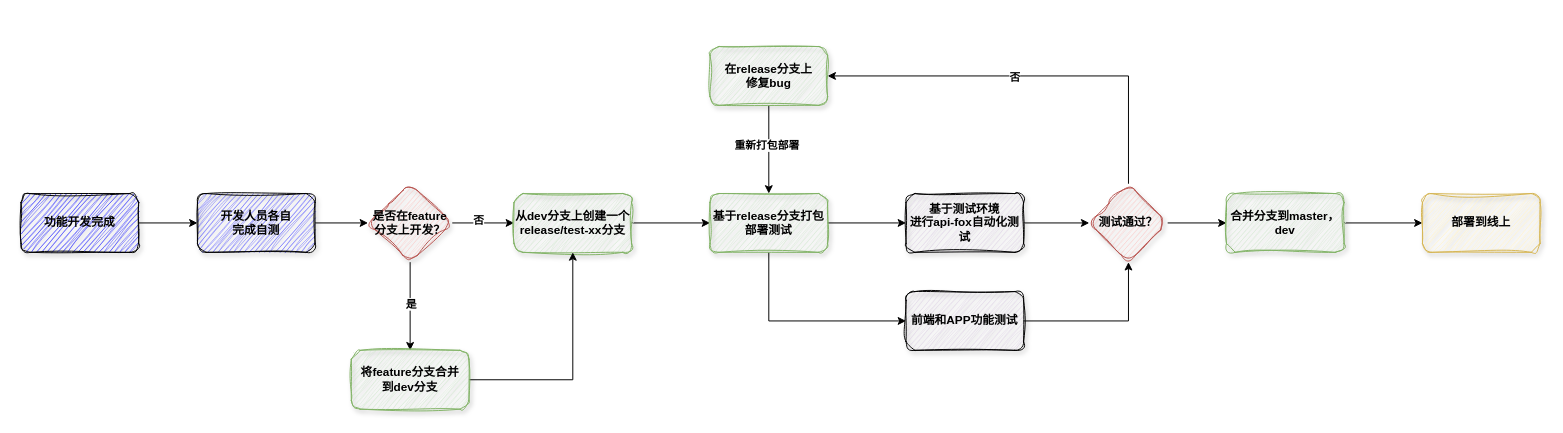
The draw.io diagram 测试流程.drawio in chenzhi666/doc, before the edit. Source tidied: cells renumbered, new cells numbered last; positions are measured from the earlier drawing's top-left corner, leaving out a move shared by most shapes. Both pictures are drawn from the tidied source at 98%, with x=0, y=0 at pixel (21, 46).
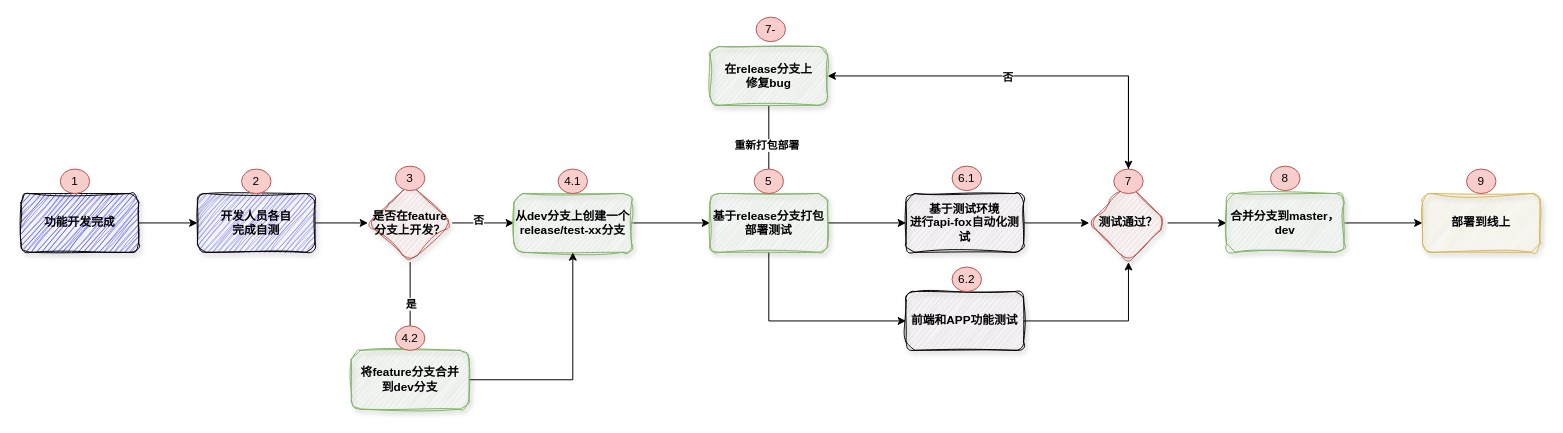
The same diagram, later.

Commit message:
更新测试流程.drawio

The change refers to these unchanged cells:
```xml
<mxCell id="23" value="测试通过？" style="rhombus;whiteSpace=wrap;html=1;fontStyle=1;sketch=1;curveFitting=1;jiggle=2;rounded=1;shadow=1;fillColor=#f8cecc;strokeColor=#b85450;" parent="1" vertex="1">
  <mxGeometry x="1090" y="140" width="80" height="80" as="geometry" />
</mxCell>
<mxCell id="26" value="在release分支上&lt;div&gt;修复bug&lt;/div&gt;" style="whiteSpace=wrap;html=1;fontStyle=1;fillColor=#d5e8d4;strokeColor=#82b366;sketch=1;curveFitting=1;jiggle=2;shadow=1;rounded=1;" parent="1" vertex="1">
  <mxGeometry x="703" width="120" height="60" as="geometry" />
</mxCell>
```

Change to the diagram source:
```diff
@@
-    <mxCell id="20" style="edgeStyle=orthogonalEdgeStyle;rounded=0;jettySize=auto;html=1;fontStyle=1;" parent="1" edge="1" source="23" target="26">
+    <mxCell id="20" style="edgeStyle=orthogonalEdgeStyle;rounded=0;jettySize=auto;html=1;fontStyle=1;" parent="1" edge="1" source="44" target="26">
       <mxGeometry relative="1" as="geometry">
         <Array as="points">
           <mxPoint x="1130" y="30" />
         </Array>
       </mxGeometry>
     </mxCell>
@@
+    <mxCell id="32" value="1" style="ellipse;html=1;whiteSpace=wrap;fillColor=#f8cecc;strokeColor=#b85450;shadow=0;" parent="1" vertex="1">
+      <mxGeometry x="40" y="125" width="30" height="25" as="geometry" />
+    </mxCell>
+    <mxCell id="33" value="2" style="ellipse;html=1;whiteSpace=wrap;fillColor=#f8cecc;strokeColor=#b85450;shadow=0;" parent="1" vertex="1">
+      <mxGeometry x="225" y="125" width="30" height="25" as="geometry" />
+    </mxCell>
+    <mxCell id="34" value="3" style="ellipse;html=1;whiteSpace=wrap;fillColor=#f8cecc;strokeColor=#b85450;shadow=0;" parent="1" vertex="1">
+      <mxGeometry x="382" y="122" width="30" height="25" as="geometry" />
+    </mxCell>
+    <mxCell id="35" value="4.2" style="ellipse;html=1;whiteSpace=wrap;fillColor=#f8cecc;strokeColor=#b85450;shadow=0;" parent="1" vertex="1">
+      <mxGeometry x="382" y="285" width="30" height="25" as="geometry" />
+    </mxCell>
+    <mxCell id="36" value="4.1" style="ellipse;html=1;whiteSpace=wrap;fillColor=#f8cecc;strokeColor=#b85450;shadow=0;" parent="1" vertex="1">
+      <mxGeometry x="548" y="125" width="30" height="25" as="geometry" />
+    </mxCell>
+    <mxCell id="37" value="5" style="ellipse;html=1;whiteSpace=wrap;fillColor=#f8cecc;strokeColor=#b85450;shadow=0;" parent="1" vertex="1">
+      <mxGeometry x="748" y="125" width="30" height="25" as="geometry" />
+    </mxCell>
+    <mxCell id="38" value="7-" style="ellipse;html=1;whiteSpace=wrap;fillColor=#f8cecc;strokeColor=#b85450;shadow=0;" parent="1" vertex="1">
+      <mxGeometry x="750" y="-30" width="30" height="25" as="geometry" />
+    </mxCell>
+    <mxCell id="39" value="6.1" style="ellipse;html=1;whiteSpace=wrap;fillColor=#f8cecc;strokeColor=#b85450;shadow=0;" parent="1" vertex="1">
+      <mxGeometry x="950" y="122" width="30" height="25" as="geometry" />
+    </mxCell>
+    <mxCell id="40" value="6.2" style="ellipse;html=1;whiteSpace=wrap;fillColor=#f8cecc;strokeColor=#b85450;shadow=0;" parent="1" vertex="1">
+      <mxGeometry x="950" y="225" width="30" height="25" as="geometry" />
+    </mxCell>
+    <mxCell id="41" value="8" style="ellipse;html=1;whiteSpace=wrap;fillColor=#f8cecc;strokeColor=#b85450;shadow=0;" parent="1" vertex="1">
+      <mxGeometry x="1275" y="122" width="30" height="25" as="geometry" />
+    </mxCell>
+    <mxCell id="42" value="9" style="ellipse;html=1;whiteSpace=wrap;fillColor=#f8cecc;strokeColor=#b85450;shadow=0;" parent="1" vertex="1">
+      <mxGeometry x="1475" y="125" width="30" height="25" as="geometry" />
+    </mxCell>
+    <mxCell id="43" style="edgeStyle=orthogonalEdgeStyle;rounded=0;jettySize=auto;html=1;fontStyle=1;" parent="1" edge="1" source="23" target="44">
+      <mxGeometry relative="1" as="geometry">
+        <Array as="points">
+          <mxPoint x="1130" y="30" />
+        </Array>
+      </mxGeometry>
+    </mxCell>
+    <mxCell id="44" value="7" style="ellipse;html=1;whiteSpace=wrap;fillColor=#f8cecc;strokeColor=#b85450;shadow=0;" parent="1" vertex="1">
+      <mxGeometry x="1115" y="125" width="30" height="25" as="geometry" />
+    </mxCell>
```
